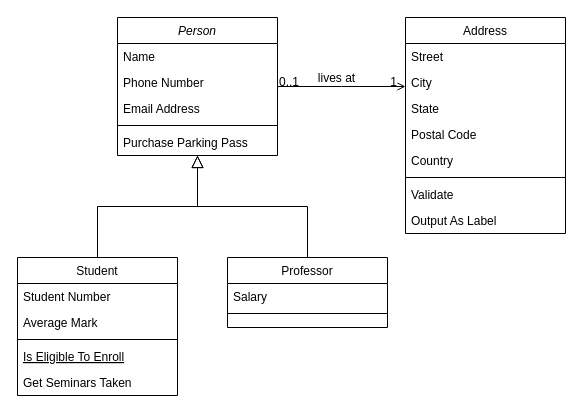
vtonteri/ot-harjoitustyo keeps this draw.io diagram as laskarit/viikko3/Untitled Diagram.drawio. Above is the earlier version. Source tidied: cells renumbered, new cells numbered last; positions are measured from the earlier drawing's top-left corner, leaving out a move shared by most shapes. Both pictures are drawn from the tidied source at 100%, with x=0, y=0 at pixel (17, 17).
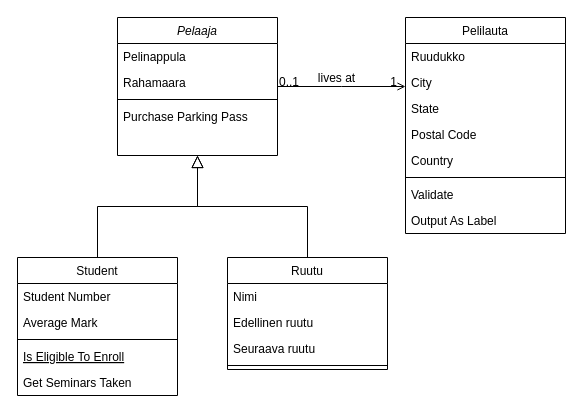
The same diagram, later.

What changed in the source:
```diff
@@
-    <mxCell id="2" value="Person" style="swimlane;fontStyle=2;align=center;verticalAlign=top;horizontal=1;startSize=26;rounded=0;shadow=0;strokeWidth=1;" parent="1" vertex="1">
+    <mxCell id="2" value="Pelaaja" style="swimlane;fontStyle=2;align=center;verticalAlign=top;horizontal=1;startSize=26;rounded=0;shadow=0;strokeWidth=1;" parent="1" vertex="1">
       <mxGeometry x="100" width="160" height="138" as="geometry" />
     </mxCell>
-    <mxCell id="3" value="Name" style="text;align=left;verticalAlign=top;spacingLeft=4;spacingRight=4;overflow=hidden;" parent="2" vertex="1">
+    <mxCell id="3" value="Pelinappula" style="text;align=left;verticalAlign=top;spacingLeft=4;spacingRight=4;overflow=hidden;" parent="2" vertex="1">
       <mxGeometry y="26" width="160" height="26" as="geometry" />
     </mxCell>
-    <mxCell id="4" value="Phone Number" style="text;align=left;verticalAlign=top;spacingLeft=4;spacingRight=4;overflow=hidden;rounded=0;shadow=0;html=0;" parent="2" vertex="1">
-      <mxGeometry y="52" width="160" height="26" as="geometry" />
-    </mxCell>
-    <mxCell id="5" value="Email Address" style="text;align=left;verticalAlign=top;spacingLeft=4;spacingRight=4;overflow=hidden;rounded=0;shadow=0;html=0;" parent="2" vertex="1">
-      <mxGeometry y="78" width="160" height="26" as="geometry" />
+    <mxCell id="5" value="Rahamaara" style="text;align=left;verticalAlign=top;spacingLeft=4;spacingRight=4;overflow=hidden;rounded=0;shadow=0;html=0;" parent="2" vertex="1">
+      <mxGeometry y="52" width="160" height="26" as="geometry" />
     </mxCell>
     <mxCell id="6" style="line;html=1;strokeWidth=1;align=left;verticalAlign=middle;spacingTop=-1;spacingLeft=3;spacingRight=3;labelPosition=right;" parent="2" vertex="1">
-      <mxGeometry y="104" width="160" height="8" as="geometry" />
+      <mxGeometry y="78" width="160" height="8" as="geometry" />
     </mxCell>
     <mxCell id="7" value="Purchase Parking Pass" style="text;align=left;verticalAlign=top;spacingLeft=4;spacingRight=4;overflow=hidden;" parent="2" vertex="1">
-      <mxGeometry y="112" width="160" height="26" as="geometry" />
+      <mxGeometry y="86" width="160" height="26" as="geometry" />
     </mxCell>
@@
-    <mxCell id="15" value="Professor" style="swimlane;fontStyle=0;align=center;verticalAlign=top;horizontal=1;startSize=26;rounded=0;shadow=0;strokeWidth=1;" parent="1" vertex="1">
-      <mxGeometry x="210" y="240" width="160" height="70" as="geometry" />
+    <mxCell id="15" value="Ruutu" style="swimlane;fontStyle=0;align=center;verticalAlign=top;horizontal=1;startSize=26;rounded=0;shadow=0;strokeWidth=1;" parent="1" vertex="1">
+      <mxGeometry x="210" y="240" width="160" height="112" as="geometry" />
     </mxCell>
-    <mxCell id="16" value="Salary" style="text;align=left;verticalAlign=top;spacingLeft=4;spacingRight=4;overflow=hidden;" parent="15" vertex="1">
+    <mxCell id="16" value="Nimi&#10;" style="text;align=left;verticalAlign=top;spacingLeft=4;spacingRight=4;overflow=hidden;" parent="15" vertex="1">
       <mxGeometry y="26" width="160" height="26" as="geometry" />
     </mxCell>
+    <mxCell id="32" value="Edellinen ruutu" style="text;align=left;verticalAlign=top;spacingLeft=4;spacingRight=4;overflow=hidden;" parent="15" vertex="1">
+      <mxGeometry y="52" width="160" height="26" as="geometry" />
+    </mxCell>
+    <mxCell id="33" value="Seuraava ruutu" style="text;align=left;verticalAlign=top;spacingLeft=4;spacingRight=4;overflow=hidden;" parent="15" vertex="1">
+      <mxGeometry y="78" width="160" height="26" as="geometry" />
+    </mxCell>
     <mxCell id="17" style="line;html=1;strokeWidth=1;align=left;verticalAlign=middle;spacingTop=-1;spacingLeft=3;spacingRight=3;labelPosition=right;" parent="15" vertex="1">
-      <mxGeometry y="52" width="160" height="8" as="geometry" />
+      <mxGeometry y="104" width="160" height="8" as="geometry" />
     </mxCell>
@@
-    <mxCell id="19" value="Address" style="swimlane;fontStyle=0;align=center;verticalAlign=top;horizontal=1;startSize=26;rounded=0;shadow=0;strokeWidth=1;" parent="1" vertex="1">
+    <mxCell id="19" value="Pelilauta" style="swimlane;fontStyle=0;align=center;verticalAlign=top;horizontal=1;startSize=26;rounded=0;shadow=0;strokeWidth=1;" parent="1" vertex="1">
       <mxGeometry x="388" width="160" height="216" as="geometry" />
     </mxCell>
-    <mxCell id="20" value="Street" style="text;align=left;verticalAlign=top;spacingLeft=4;spacingRight=4;overflow=hidden;" parent="19" vertex="1">
+    <mxCell id="20" value="Ruudukko" style="text;align=left;verticalAlign=top;spacingLeft=4;spacingRight=4;overflow=hidden;" parent="19" vertex="1">
       <mxGeometry y="26" width="160" height="26" as="geometry" />
     </mxCell>
```
